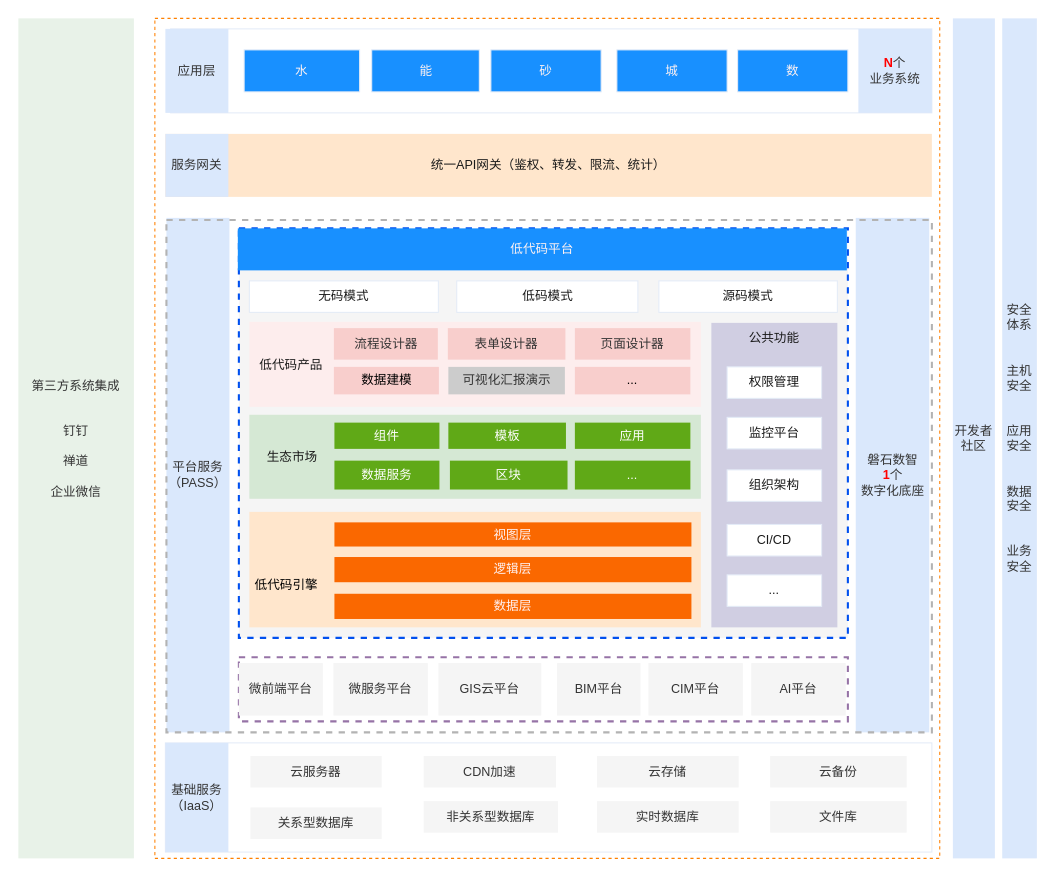
Earlier version of the draw.io diagram 低代码——整体架构图.drawio (tangyaosimida/love). Source tidied: cells renumbered, new cells numbered last; positions are measured from the earlier drawing's top-left corner, leaving out a move shared by most shapes. Both pictures are drawn from the tidied source at 105%, with x=0, y=0 at pixel (18, 18).
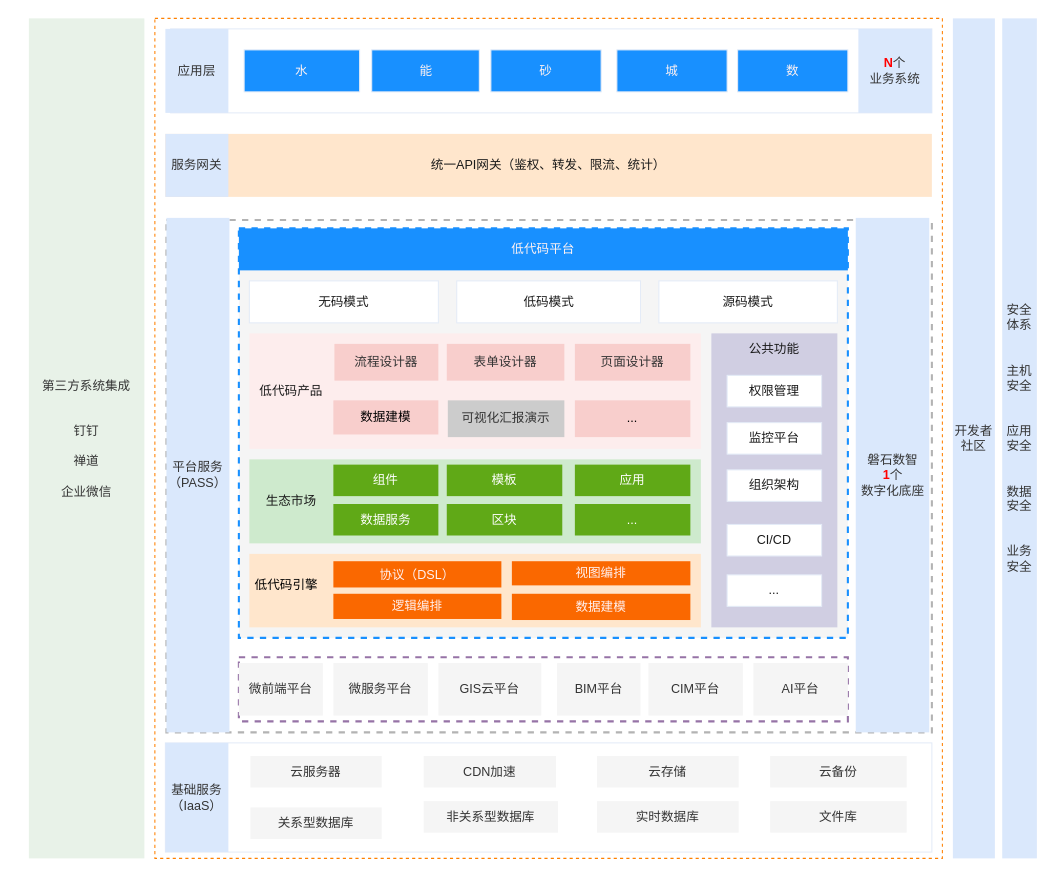
Above is the later version.

Commit message:
更新低代码——整体架构图.drawio

What changed in the source:
```diff
@@
-    <mxCell id="2" value="平台服务&lt;div&gt;（PASS）&lt;/div&gt;" style="rounded=0;whiteSpace=wrap;html=1;fillColor=#dae8fc;strokeColor=none;fontColor=#333333;" parent="1" vertex="1">
-      <mxGeometry x="141" y="190" width="60" height="490" as="geometry" />
-    </mxCell>
-    <mxCell id="3" value="磐石数智&lt;div&gt;&lt;font color=&quot;#ff0000&quot;&gt;&lt;b&gt;1&lt;/b&gt;&lt;/font&gt;个&lt;/div&gt;&lt;div&gt;数字化底座&lt;/div&gt;" style="rounded=0;whiteSpace=wrap;html=1;strokeColor=none;fillColor=#dae8fc;fontColor=#333333;" parent="1" vertex="1">
-      <mxGeometry x="797.5" y="190" width="70" height="490" as="geometry" />
-    </mxCell>
@@
     <mxCell id="5" style="rounded=0;whiteSpace=wrap;html=1;fillColor=none;dashed=1;strokeColor=#FF8000;fontColor=#1A1A1A;" parent="1" vertex="1">
-      <mxGeometry x="130" width="747.5" height="800" as="geometry" />
+      <mxGeometry x="130" width="750" height="800" as="geometry" />
     </mxCell>
@@
+    <mxCell id="3" value="磐石数智&lt;div&gt;&lt;font color=&quot;#ff0000&quot;&gt;&lt;b&gt;1&lt;/b&gt;&lt;/font&gt;个&lt;/div&gt;&lt;div&gt;数字化底座&lt;/div&gt;" style="rounded=0;whiteSpace=wrap;html=1;strokeColor=none;fillColor=#dae8fc;fontColor=#333333;" parent="1" vertex="1">
+      <mxGeometry x="797.5" y="190" width="70" height="490" as="geometry" />
+    </mxCell>
+    <mxCell id="2" value="平台服务&lt;div&gt;（PASS）&lt;/div&gt;" style="rounded=0;whiteSpace=wrap;html=1;fillColor=#dae8fc;strokeColor=none;fontColor=#333333;" parent="1" vertex="1">
+      <mxGeometry x="141" y="190" width="60" height="490" as="geometry" />
+    </mxCell>
-    <mxCell id="8" style="rounded=0;whiteSpace=wrap;html=1;fillColor=#f5f5f5;dashed=1;strokeColor=#0050EF;strokeWidth=2;fontColor=#1A1A1A;" parent="1" vertex="1">
+    <mxCell id="8" style="rounded=0;whiteSpace=wrap;html=1;fillColor=#f5f5f5;dashed=1;strokeColor=#1890FF;strokeWidth=2;fontColor=#1A1A1A;" parent="1" vertex="1">
       <mxGeometry x="210" y="200" width="580" height="390" as="geometry" />
     </mxCell>
     <mxCell id="9" value="第三方系统集成&lt;div&gt;&lt;br&gt;&lt;/div&gt;&lt;div&gt;&lt;br&gt;&lt;/div&gt;&lt;div&gt;钉钉&lt;/div&gt;&lt;div&gt;&lt;br&gt;&lt;/div&gt;&lt;div&gt;禅道&lt;/div&gt;&lt;div&gt;&lt;br&gt;&lt;/div&gt;&lt;div&gt;企业微信&lt;/div&gt;" style="rounded=0;whiteSpace=wrap;html=1;fillColor=#E8F2E8;strokeColor=none;fontColor=#333333;" parent="1" vertex="1">
-      <mxGeometry width="110" height="800" as="geometry" />
+      <mxGeometry x="10" width="110" height="800" as="geometry" />
     </mxCell>
@@
     <mxCell id="30" value="&lt;font color=&quot;#fff2f2&quot;&gt;低代码平台&lt;/font&gt;" style="rounded=0;whiteSpace=wrap;html=1;strokeColor=none;fillColor=#1890FF;fontColor=#1A1A1A;" parent="1" vertex="1">
-      <mxGeometry x="209" y="200" width="580" height="40" as="geometry" />
+      <mxGeometry x="210" y="200" width="580" height="40" as="geometry" />
     </mxCell>
     <mxCell id="31" value="&lt;div&gt;&lt;br&gt;&lt;/div&gt;" style="rounded=0;whiteSpace=wrap;html=1;strokeColor=none;fillColor=#d0cee2;fontColor=#1A1A1A;" parent="1" vertex="1">
-      <mxGeometry x="660" y="290" width="120" height="290" as="geometry" />
+      <mxGeometry x="660" y="300" width="120" height="280" as="geometry" />
     </mxCell>
     <mxCell id="32" value="权限管理" style="rounded=0;whiteSpace=wrap;html=1;strokeColor=#E4EBF7;fontColor=#1A1A1A;" parent="1" vertex="1">
-      <mxGeometry x="675" y="331.9" width="90" height="30" as="geometry" />
+      <mxGeometry x="675" y="340" width="90" height="30" as="geometry" />
     </mxCell>
     <mxCell id="33" value="监控平台" style="rounded=0;whiteSpace=wrap;html=1;strokeColor=#E4EBF7;fontColor=#1A1A1A;" parent="1" vertex="1">
-      <mxGeometry x="675" y="380" width="90" height="30" as="geometry" />
+      <mxGeometry x="675" y="385" width="90" height="30" as="geometry" />
     </mxCell>
@@
     <mxCell id="37" value="公共功能" style="text;html=1;align=center;verticalAlign=middle;whiteSpace=wrap;rounded=0;strokeColor=none;fontColor=#1A1A1A;" parent="1" vertex="1">
-      <mxGeometry x="675" y="290" width="90" height="30" as="geometry" />
+      <mxGeometry x="675" y="300" width="90" height="30" as="geometry" />
     </mxCell>
     <mxCell id="38" style="rounded=0;whiteSpace=wrap;html=1;strokeColor=none;fillColor=#ffe6cc;dashed=1;strokeWidth=2;" parent="1" vertex="1">
-      <mxGeometry x="220" y="470" width="430" height="110" as="geometry" />
+      <mxGeometry x="220" y="510" width="430" height="70" as="geometry" />
     </mxCell>
-    <mxCell id="39" style="rounded=0;whiteSpace=wrap;html=1;strokeColor=none;fillColor=#d5e8d4;dashed=1;strokeWidth=2;" parent="1" vertex="1">
-      <mxGeometry x="220" y="377.5" width="430" height="80" as="geometry" />
+    <mxCell id="39" style="rounded=0;whiteSpace=wrap;html=1;strokeColor=none;fillColor=#CEEACD;dashed=1;strokeWidth=2;" parent="1" vertex="1">
+      <mxGeometry x="220" y="420" width="430" height="80" as="geometry" />
     </mxCell>
     <mxCell id="40" value="模板" style="text;html=1;align=center;verticalAlign=middle;whiteSpace=wrap;rounded=0;strokeColor=none;fontColor=#ffffff;fillColor=#60a917;" parent="1" vertex="1">
-      <mxGeometry x="409.5" y="385" width="112" height="25" as="geometry" />
+      <mxGeometry x="408" y="425" width="110" height="30" as="geometry" />
     </mxCell>
     <mxCell id="41" value="应用" style="text;html=1;align=center;verticalAlign=middle;whiteSpace=wrap;rounded=0;strokeColor=none;fontColor=#ffffff;fillColor=#60a917;" parent="1" vertex="1">
-      <mxGeometry x="530" y="385" width="110" height="25" as="geometry" />
+      <mxGeometry x="530" y="425" width="110" height="30" as="geometry" />
     </mxCell>
     <mxCell id="42" style="rounded=0;whiteSpace=wrap;html=1;strokeColor=none;fillColor=#FDEDED;strokeWidth=2;dashed=1;" parent="1" vertex="1">
-      <mxGeometry x="220" y="289" width="430" height="81" as="geometry" />
+      <mxGeometry x="220" y="300" width="430" height="110" as="geometry" />
     </mxCell>
     <mxCell id="43" value="无码模式" style="rounded=0;whiteSpace=wrap;html=1;strokeColor=#E4EBF7;fontColor=#1A1A1A;" parent="1" vertex="1">
-      <mxGeometry x="220" y="250" width="180" height="30" as="geometry" />
+      <mxGeometry x="220" y="250" width="180" height="40" as="geometry" />
     </mxCell>
     <mxCell id="44" value="低码模式" style="rounded=0;whiteSpace=wrap;html=1;strokeColor=#E4EBF7;fontColor=#1A1A1A;" parent="1" vertex="1">
-      <mxGeometry x="417.5" y="250" width="172.5" height="30" as="geometry" />
+      <mxGeometry x="417.5" y="250" width="175" height="40" as="geometry" />
     </mxCell>
     <mxCell id="45" value="源码模式" style="rounded=0;whiteSpace=wrap;html=1;strokeColor=#E4EBF7;fontColor=#1A1A1A;" parent="1" vertex="1">
-      <mxGeometry x="610" y="250" width="170" height="30" as="geometry" />
+      <mxGeometry x="610" y="250" width="170" height="40" as="geometry" />
     </mxCell>
@@
     <mxCell id="47" value="组件" style="text;html=1;align=center;verticalAlign=middle;whiteSpace=wrap;rounded=0;fillColor=#60a917;fontColor=#ffffff;strokeColor=none;" parent="1" vertex="1">
-      <mxGeometry x="301" y="385" width="100" height="25" as="geometry" />
+      <mxGeometry x="300" y="425" width="100" height="30" as="geometry" />
     </mxCell>
+    <mxCell id="70" value="协议（DSL）" style="text;html=1;align=center;verticalAlign=middle;whiteSpace=wrap;rounded=0;strokeColor=none;fillColor=#fa6800;fontColor=#FFF2F2;" parent="1" vertex="1">
+      <mxGeometry x="300" y="517" width="160" height="25" as="geometry" />
+    </mxCell>
     <mxCell id="48" value="数据建模" style="rounded=0;whiteSpace=wrap;html=1;strokeColor=none;fillColor=#f8cecc;" parent="1" vertex="1">
-      <mxGeometry x="300.5" y="331.9" width="100" height="26.2" as="geometry" />
+      <mxGeometry x="300" y="363.8" width="100" height="32.5" as="geometry" />
     </mxCell>
     <mxCell id="49" value="可视化汇报演示" style="rounded=0;whiteSpace=wrap;html=1;strokeColor=none;fillColor=#CCCCCC;fontColor=#333333;" parent="1" vertex="1">
-      <mxGeometry x="409.5" y="331.9" width="111" height="26.2" as="geometry" />
+      <mxGeometry x="409" y="363.8" width="111" height="35" as="geometry" />
     </mxCell>
     <mxCell id="50" value="流程设计器" style="rounded=0;whiteSpace=wrap;html=1;strokeColor=none;fillColor=#f8cecc;fontColor=#333333;" parent="1" vertex="1">
-      <mxGeometry x="300.5" y="295" width="99" height="30" as="geometry" />
+      <mxGeometry x="301" y="310" width="99" height="35" as="geometry" />
     </mxCell>
     <mxCell id="51" value="表单设计器" style="rounded=0;whiteSpace=wrap;html=1;strokeColor=none;fillColor=#f8cecc;fontColor=#333333;" parent="1" vertex="1">
-      <mxGeometry x="409" y="295" width="112" height="30" as="geometry" />
+      <mxGeometry x="408" y="310" width="112" height="35" as="geometry" />
     </mxCell>
     <mxCell id="52" value="页面设计器" style="rounded=0;whiteSpace=wrap;html=1;strokeColor=none;fillColor=#f8cecc;fontColor=#333333;" parent="1" vertex="1">
-      <mxGeometry x="530" y="295" width="110" height="30" as="geometry" />
+      <mxGeometry x="530" y="310" width="110" height="35" as="geometry" />
     </mxCell>
     <mxCell id="53" value="生态市场" style="rounded=0;whiteSpace=wrap;html=1;strokeColor=none;fontColor=#1A1A1A;fillColor=none;" parent="1" vertex="1">
-      <mxGeometry x="220.5" y="378.8" width="80" height="77.5" as="geometry" />
+      <mxGeometry x="220" y="420" width="80" height="80" as="geometry" />
     </mxCell>
     <mxCell id="54" value="区块" style="text;html=1;align=center;verticalAlign=middle;whiteSpace=wrap;rounded=0;strokeColor=none;fillColor=#60a917;fontColor=#ffffff;" parent="1" vertex="1">
-      <mxGeometry x="411" y="421.2" width="112" height="27.5" as="geometry" />
+      <mxGeometry x="408" y="462.5" width="110" height="30" as="geometry" />
     </mxCell>
     <mxCell id="55" value="..." style="text;html=1;align=center;verticalAlign=middle;whiteSpace=wrap;rounded=0;strokeColor=none;fillColor=#60a917;fontColor=#ffffff;" parent="1" vertex="1">
-      <mxGeometry x="530" y="421.2" width="110" height="27.5" as="geometry" />
+      <mxGeometry x="530" y="462.5" width="110" height="30" as="geometry" />
     </mxCell>
@@
     <mxCell id="59" value="AI平台" style="rounded=0;whiteSpace=wrap;html=1;strokeColor=none;fontColor=#333333;fillColor=#f5f5f5;" parent="1" vertex="1">
-      <mxGeometry x="698" y="614" width="90" height="50" as="geometry" />
+      <mxGeometry x="700" y="614" width="90" height="50" as="geometry" />
     </mxCell>
     <mxCell id="60" value="低代码产品" style="rounded=0;whiteSpace=wrap;html=1;strokeColor=none;fontColor=#1A1A1A;fillColor=none;" parent="1" vertex="1">
-      <mxGeometry x="220" y="289" width="80" height="81" as="geometry" />
+      <mxGeometry x="220" y="300" width="80" height="110" as="geometry" />
     </mxCell>
     <mxCell id="61" value="..." style="rounded=0;whiteSpace=wrap;html=1;strokeColor=none;fillColor=#f8cecc;" parent="1" vertex="1">
-      <mxGeometry x="530" y="331.9" width="110" height="26.2" as="geometry" />
+      <mxGeometry x="530" y="363.8" width="110" height="35" as="geometry" />
     </mxCell>
     <mxCell id="62" value="数据服务" style="text;html=1;align=center;verticalAlign=middle;whiteSpace=wrap;rounded=0;fillColor=#60a917;fontColor=#ffffff;strokeColor=none;" parent="1" vertex="1">
-      <mxGeometry x="301" y="421.2" width="100" height="27.5" as="geometry" />
+      <mxGeometry x="300" y="462.5" width="100" height="30" as="geometry" />
     </mxCell>
@@
-    <mxCell id="67" value="逻辑层" style="text;html=1;align=center;verticalAlign=middle;whiteSpace=wrap;rounded=0;strokeColor=none;fillColor=#fa6800;fontColor=#FFF2F2;" parent="1" vertex="1">
-      <mxGeometry x="301" y="513" width="340" height="24" as="geometry" />
+    <mxCell id="67" value="逻辑编排" style="text;html=1;align=center;verticalAlign=middle;whiteSpace=wrap;rounded=0;strokeColor=none;fillColor=#fa6800;fontColor=#FFF2F2;" parent="1" vertex="1">
+      <mxGeometry x="300" y="548" width="160" height="24" as="geometry" />
     </mxCell>
-    <mxCell id="68" value="视图层" style="text;html=1;align=center;verticalAlign=middle;whiteSpace=wrap;rounded=0;strokeColor=none;fillColor=#fa6800;fontColor=#FFF2F2;" parent="1" vertex="1">
-      <mxGeometry x="301" y="480" width="340" height="23" as="geometry" />
+    <mxCell id="68" value="视图编排" style="text;html=1;align=center;verticalAlign=middle;whiteSpace=wrap;rounded=0;strokeColor=none;fillColor=#fa6800;fontColor=#FFF2F2;" parent="1" vertex="1">
+      <mxGeometry x="470" y="517" width="170" height="23" as="geometry" />
     </mxCell>
-    <mxCell id="69" value="数据层" style="text;html=1;align=center;verticalAlign=middle;whiteSpace=wrap;rounded=0;strokeColor=none;fillColor=#fa6800;fontColor=#FFF2F2;" parent="1" vertex="1">
-      <mxGeometry x="301" y="548" width="340" height="24" as="geometry" />
-    </mxCell>
+    <mxCell id="71" value="数据建模" style="text;html=1;align=center;verticalAlign=middle;whiteSpace=wrap;rounded=0;strokeColor=none;fillColor=#fa6800;fontColor=#FFF2F2;" parent="1" vertex="1">
+      <mxGeometry x="470" y="548" width="170" height="25" as="geometry" />
+    </mxCell>
```
